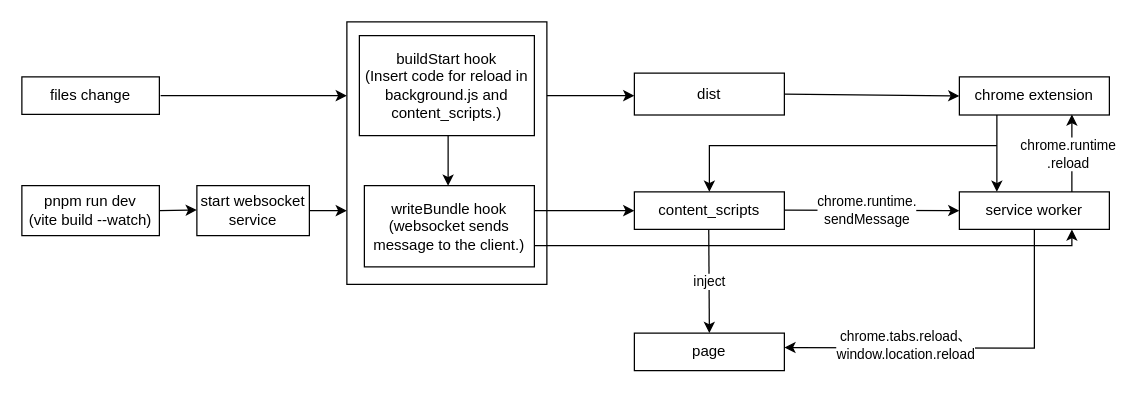
Above: docs/workflow.drawio in Jervis2049/vite-plugin-crx-hot-reload (draw.io), before the change. Source tidied: cells renumbered, new cells numbered last; positions are measured from the earlier drawing's top-left corner, leaving out a move shared by most shapes. Both pictures are drawn from the tidied source at 125%, with x=0, y=0 at pixel (21, 21).
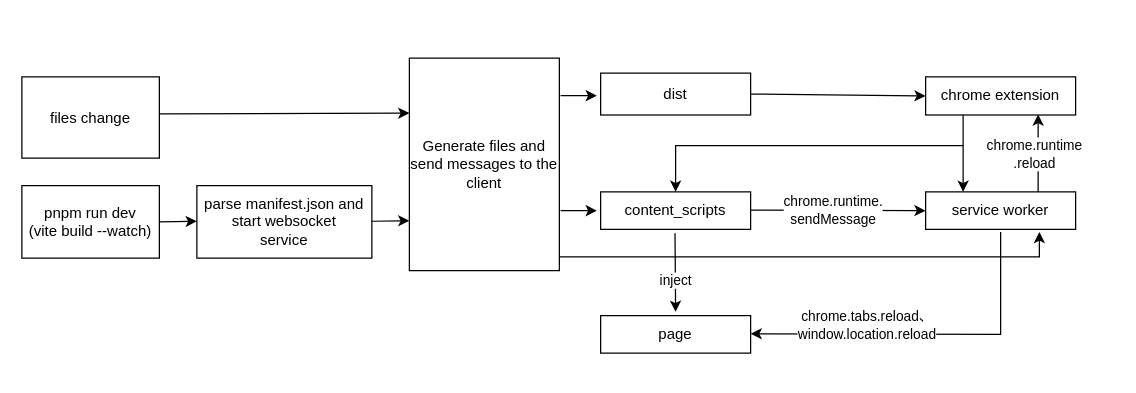
The same diagram, later.

What changed in the source:
```diff
@@
     <mxCell id="2" value="files change" style="rounded=0;whiteSpace=wrap;html=1;" parent="1" vertex="1">
-      <mxGeometry y="44" width="110" height="30" as="geometry" />
+      <mxGeometry y="44" width="110" height="65" as="geometry" />
     </mxCell>
     <mxCell id="3" value="pnpm run dev&lt;br&gt;(vite build --watch)" style="rounded=0;whiteSpace=wrap;html=1;" parent="1" vertex="1">
-      <mxGeometry y="131" width="110" height="40" as="geometry" />
+      <mxGeometry y="131" width="110" height="58" as="geometry" />
     </mxCell>
     <mxCell id="4" style="endArrow=classic;html=1;rounded=0;" parent="1" edge="1">
       <mxGeometry relative="1" as="geometry">
-        <mxPoint x="110" y="151" as="sourcePoint" />
-        <mxPoint x="140" y="150.5" as="targetPoint" />
+        <mxPoint x="110" y="160" as="sourcePoint" />
+        <mxPoint x="140" y="159.5" as="targetPoint" />
       </mxGeometry>
     </mxCell>
-    <mxCell id="5" value="start websocket&lt;br&gt;service" style="rounded=0;whiteSpace=wrap;html=1;" parent="1" vertex="1">
-      <mxGeometry x="140" y="131" width="90" height="40" as="geometry" />
+    <mxCell id="5" value="parse manifest.json and start websocket&lt;br&gt;service" style="rounded=0;whiteSpace=wrap;html=1;" parent="1" vertex="1">
+      <mxGeometry x="140" y="131" width="140" height="58" as="geometry" />
     </mxCell>
-    <mxCell id="6" style="endArrow=classic;html=1;rounded=0;exitX=1;exitY=0.5;exitDx=0;exitDy=0;" parent="1" edge="1" source="5">
-      <mxGeometry relative="1" as="geometry">
-        <mxPoint x="260" y="151" as="targetPoint" />
-      </mxGeometry>
-    </mxCell>
-    <mxCell id="7" style="rounded=0;whiteSpace=wrap;html=1;" parent="1" vertex="1">
-      <mxGeometry x="260" width="160" height="210" as="geometry" />
-    </mxCell>
-    <mxCell id="8" value="buildStart hook&lt;br&gt;(Insert code for reload in background.js and content_scripts.)" style="rounded=0;whiteSpace=wrap;html=1;" parent="1" vertex="1">
-      <mxGeometry x="270" y="11" width="140" height="80" as="geometry" />
-    </mxCell>
-    <mxCell id="9" style="endArrow=classic;html=1;rounded=0;entryX=0.375;entryY=0.792;entryDx=0;entryDy=0;entryPerimeter=0;" parent="1" edge="1">
-      <mxGeometry relative="1" as="geometry">
-        <mxPoint x="341" y="91" as="sourcePoint" />
-        <mxPoint x="341" y="131.1" as="targetPoint" />
-      </mxGeometry>
-    </mxCell>
-    <mxCell id="10" value="writeBundle hook&lt;br&gt;(websocket sends message to the client.)" style="rounded=0;whiteSpace=wrap;html=1;" parent="1" vertex="1">
-      <mxGeometry x="274" y="131" width="136" height="65" as="geometry" />
-    </mxCell>
     <mxCell id="11" value="dist" style="rounded=0;whiteSpace=wrap;html=1;" parent="1" vertex="1">
-      <mxGeometry x="490" y="41" width="120" height="33.5" as="geometry" />
+      <mxGeometry x="463" y="41" width="120" height="33.5" as="geometry" />
     </mxCell>
-    <mxCell id="12" style="endArrow=classic;html=1;rounded=0;entryX=0;entryY=0.5;entryDx=0;entryDy=0;" parent="1" edge="1" target="13">
+    <mxCell id="12" style="endArrow=classic;html=1;rounded=0;" parent="1" edge="1">
       <mxGeometry relative="1" as="geometry">
-        <mxPoint x="410" y="151" as="sourcePoint" />
+        <mxPoint x="431" y="151" as="sourcePoint" />
+        <mxPoint x="460" y="151" as="targetPoint" />
       </mxGeometry>
     </mxCell>
     <mxCell id="13" value="content_scripts" style="rounded=0;whiteSpace=wrap;html=1;" parent="1" vertex="1">
-      <mxGeometry x="490" y="136" width="120" height="30" as="geometry" />
+      <mxGeometry x="463" y="136" width="120" height="30" as="geometry" />
     </mxCell>
     <mxCell id="14" style="endArrow=classic;html=1;rounded=0;" parent="1" edge="1">
       <mxGeometry relative="1" as="geometry">
-        <mxPoint x="549.5" y="166" as="sourcePoint" />
-        <mxPoint x="550" y="249" as="targetPoint" />
+        <mxPoint x="522.5" y="169" as="sourcePoint" />
+        <mxPoint x="523" y="232" as="targetPoint" />
       </mxGeometry>
     </mxCell>
     <mxCell id="15" value="inject" style="edgeLabel;html=1;align=center;verticalAlign=middle;" parent="14" vertex="1">
-      <mxGeometry relative="1" as="geometry" />
+      <mxGeometry relative="1" as="geometry">
+        <mxPoint y="6" as="offset" />
+      </mxGeometry>
     </mxCell>
@@
     <mxCell id="17" value="chrome extension" style="rounded=0;whiteSpace=wrap;html=1;" parent="1" vertex="1">
-      <mxGeometry x="750" y="44" width="120" height="30.5" as="geometry" />
+      <mxGeometry x="723" y="44" width="120" height="30.5" as="geometry" />
     </mxCell>
     <mxCell id="18" value="service worker" style="rounded=0;whiteSpace=wrap;html=1;" parent="1" vertex="1">
-      <mxGeometry x="750" y="136" width="120" height="30" as="geometry" />
+      <mxGeometry x="723" y="136" width="120" height="30" as="geometry" />
     </mxCell>
     <mxCell id="19" style="endArrow=classic;html=1;rounded=0;" parent="1" edge="1">
       <mxGeometry relative="1" as="geometry">
-        <mxPoint x="111" y="59" as="sourcePoint" />
-        <mxPoint x="260" y="59" as="targetPoint" />
+        <mxPoint x="110" y="73.5" as="sourcePoint" />
+        <mxPoint x="310" y="73" as="targetPoint" />
       </mxGeometry>
     </mxCell>
     <mxCell id="20" style="endArrow=classic;html=1;rounded=0;" parent="1" edge="1">
       <mxGeometry relative="1" as="geometry">
-        <mxPoint x="420" y="59" as="sourcePoint" />
-        <mxPoint x="490" y="59" as="targetPoint" />
+        <mxPoint x="431" y="59" as="sourcePoint" />
+        <mxPoint x="460" y="59" as="targetPoint" />
       </mxGeometry>
     </mxCell>
     <mxCell id="21" style="endArrow=classic;html=1;rounded=0;" parent="1" edge="1">
       <mxGeometry relative="1" as="geometry">
-        <mxPoint x="610" y="150.5" as="sourcePoint" />
-        <mxPoint x="750" y="151" as="targetPoint" />
+        <mxPoint x="583" y="150.5" as="sourcePoint" />
+        <mxPoint x="723" y="151" as="targetPoint" />
       </mxGeometry>
     </mxCell>
@@
     <mxCell id="23" style="endArrow=classic;html=1;rounded=0;entryX=0.25;entryY=0;entryDx=0;entryDy=0;" parent="1" edge="1" target="18">
       <mxGeometry relative="1" as="geometry">
-        <mxPoint x="780" y="74.5" as="sourcePoint" />
+        <mxPoint x="753" y="74.5" as="sourcePoint" />
       </mxGeometry>
     </mxCell>
     <mxCell id="24" style="endArrow=classic;html=1;rounded=0;exitX=0.75;exitY=0;exitDx=0;exitDy=0;" parent="1" edge="1" source="18">
       <mxGeometry relative="1" as="geometry">
-        <mxPoint x="840" y="74" as="targetPoint" />
+        <mxPoint x="813" y="74" as="targetPoint" />
       </mxGeometry>
     </mxCell>
@@
-    <mxCell id="26" style="endArrow=classic;html=1;rounded=0;entryX=0.75;entryY=1;entryDx=0;entryDy=0;" parent="1" edge="1" target="18">
-      <mxGeometry relative="1" as="geometry">
-        <mxPoint x="410" y="179" as="sourcePoint" />
-        <Array as="points">
-          <mxPoint x="840" y="179" />
-        </Array>
-      </mxGeometry>
-    </mxCell>
     <mxCell id="27" style="endArrow=classic;html=1;rounded=0;entryX=0.5;entryY=0;entryDx=0;entryDy=0;" parent="1" edge="1" target="13">
       <mxGeometry relative="1" as="geometry">
-        <mxPoint x="780" y="99" as="sourcePoint" />
+        <mxPoint x="753" y="99" as="sourcePoint" />
         <Array as="points">
-          <mxPoint x="550" y="99" />
+          <mxPoint x="523" y="99" />
         </Array>
       </mxGeometry>
     </mxCell>
     <mxCell id="28" value="page" style="rounded=0;whiteSpace=wrap;html=1;" parent="1" vertex="1">
-      <mxGeometry x="490" y="249" width="120" height="30" as="geometry" />
+      <mxGeometry x="463" y="235" width="120" height="30" as="geometry" />
     </mxCell>
     <mxCell id="29" style="endArrow=classic;html=1;rounded=0;" parent="1" edge="1">
       <mxGeometry relative="1" as="geometry">
-        <mxPoint x="810" y="166" as="sourcePoint" />
-        <mxPoint x="610" y="260.5" as="targetPoint" />
+        <mxPoint x="783" y="168" as="sourcePoint" />
+        <mxPoint x="583" y="249.5" as="targetPoint" />
         <Array as="points">
-          <mxPoint x="810" y="261" />
+          <mxPoint x="783" y="250" />
         </Array>
       </mxGeometry>
     </mxCell>
     <mxCell id="30" value="chrome.tabs.reload、&lt;br&gt;window.location.reload" style="edgeLabel;html=1;align=center;verticalAlign=middle;" parent="29" vertex="1">
       <mxGeometry x="0.48" y="-2" relative="1" as="geometry">
-        <mxPoint x="19" as="offset" />
+        <mxPoint x="19" y="-5" as="offset" />
       </mxGeometry>
     </mxCell>
+    <mxCell id="31" style="endArrow=classic;html=1;rounded=0;" parent="1" edge="1">
+      <mxGeometry relative="1" as="geometry">
+        <mxPoint x="280" y="159.5" as="sourcePoint" />
+        <mxPoint x="310" y="159" as="targetPoint" />
+      </mxGeometry>
+    </mxCell>
+    <mxCell id="32" value="Generate files and send messages to the client" style="rounded=0;whiteSpace=wrap;html=1;" parent="1" vertex="1">
+      <mxGeometry x="310" y="29" width="120" height="170" as="geometry" />
+    </mxCell>
+    <mxCell id="33" style="edgeStyle=segmentEdgeStyle;endArrow=classic;html=1;rounded=0;exitX=1;exitY=0.941;exitDx=0;exitDy=0;exitPerimeter=0;" parent="1" edge="1">
+      <mxGeometry relative="1" as="geometry">
+        <mxPoint x="430" y="188" as="sourcePoint" />
+        <mxPoint x="814" y="168" as="targetPoint" />
+      </mxGeometry>
+    </mxCell>
```
